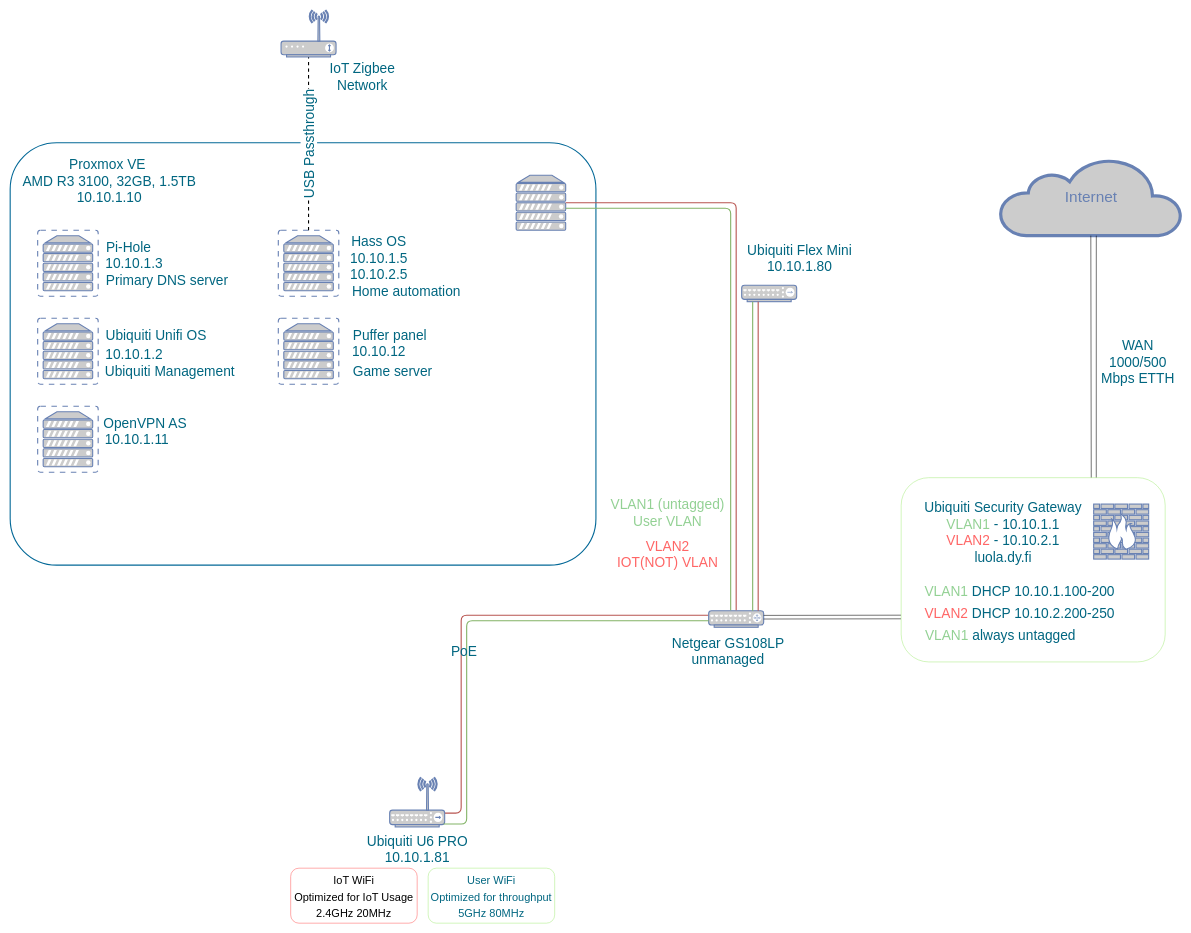
This is network.drawio from Vili-B/HomeLab, a draw.io file, before an edit. Source tidied: cells renumbered, new cells numbered last; positions are measured from the earlier drawing's top-left corner, leaving out a move shared by most shapes. Both pictures are drawn from the tidied source at 55%, with x=0, y=0 at pixel (10, 10).
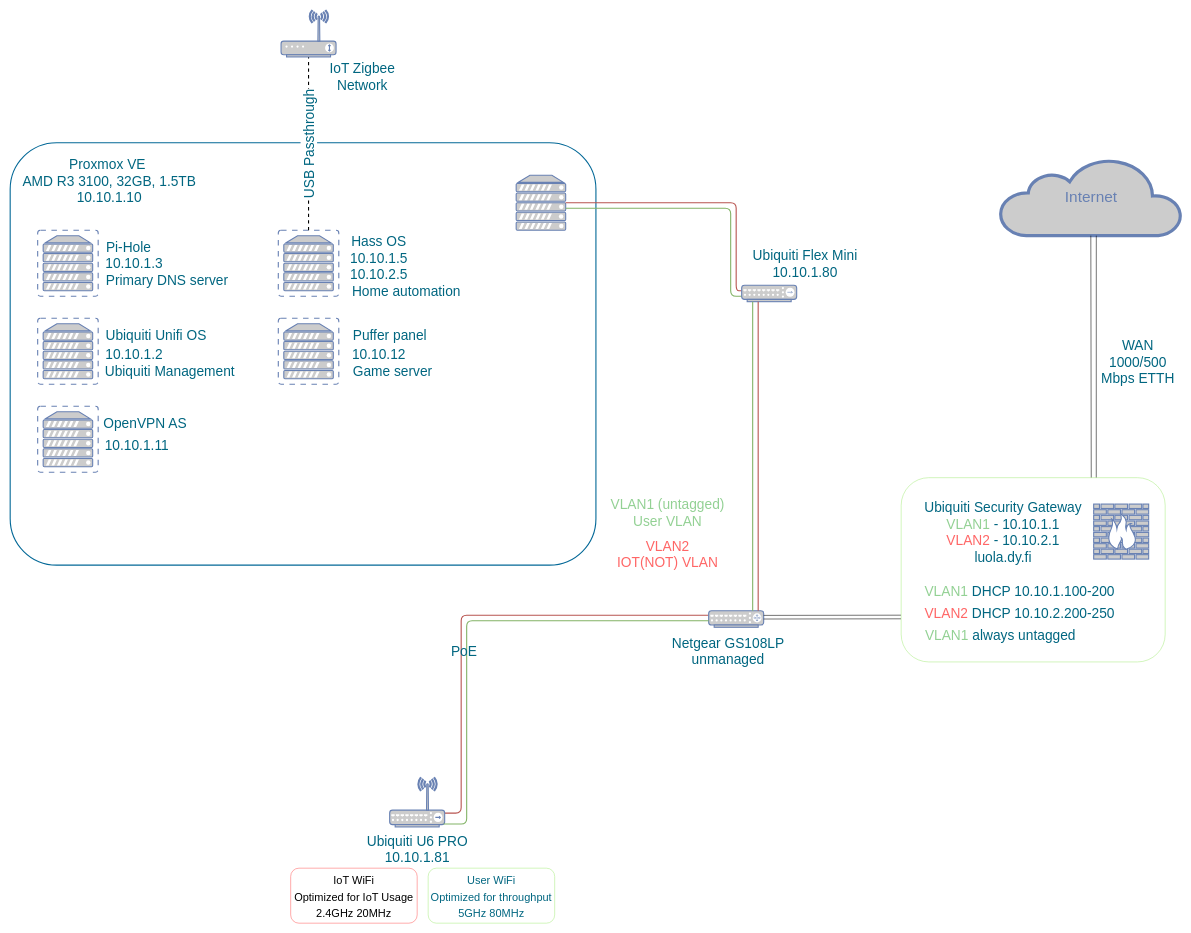
Above is the later version.

The change refers to these unchanged cells:
```xml
<mxCell id="4" style="fontColor=#0066CC;verticalAlign=top;verticalLabelPosition=bottom;labelPosition=center;align=center;html=1;fillColor=#CCCCCC;strokeColor=#6881B3;gradientColor=none;gradientDirection=north;strokeWidth=2;shape=mxgraph.networks.router;rounded=0;shadow=0;comic=0;" parent="1" vertex="1">
  <mxGeometry x="1270" y="1092" width="100" height="30" as="geometry" />
</mxCell>
<mxCell id="11" style="fontColor=#0066CC;verticalAlign=top;verticalLabelPosition=bottom;labelPosition=center;align=center;html=1;outlineConnect=0;fillColor=#CCCCCC;strokeColor=#6881B3;gradientColor=none;gradientDirection=north;strokeWidth=2;shape=mxgraph.networks.server;fontSize=25;" parent="1" vertex="1">
  <mxGeometry x="920" y="300" width="90" height="100" as="geometry" />
</mxCell>
<mxCell id="26" style="fontColor=#0066CC;verticalAlign=top;verticalLabelPosition=bottom;labelPosition=center;align=center;html=1;outlineConnect=0;fillColor=#CCCCCC;strokeColor=#6881B3;gradientColor=none;gradientDirection=north;strokeWidth=2;shape=mxgraph.networks.hub;fontSize=25;" parent="1" vertex="1">
  <mxGeometry x="1330" y="500" width="100" height="30" as="geometry" />
</mxCell>
```

Change to the diagram source:
```diff
@@
-    <mxCell id="12" style="edgeStyle=orthogonalEdgeStyle;html=1;labelBackgroundColor=none;endArrow=none;endFill=0;strokeWidth=2;fontFamily=Verdana;fontSize=15;fontColor=#036897;fillColor=#f8cecc;strokeColor=#b85450;entryX=0.5;entryY=-0.029;entryDx=0;entryDy=0;entryPerimeter=0;" parent="1" edge="1" source="11" target="4">
+    <mxCell id="12" style="edgeStyle=orthogonalEdgeStyle;html=1;labelBackgroundColor=none;endArrow=none;endFill=0;strokeWidth=2;fontFamily=Verdana;fontSize=15;fontColor=#036897;fillColor=#f8cecc;strokeColor=#b85450;" parent="1" edge="1" source="11" target="26">
       <mxGeometry relative="1" as="geometry">
         <Array as="points">
           <mxPoint x="1320" y="350" />
+          <mxPoint x="1320" y="510" />
         </Array>
       </mxGeometry>
     </mxCell>
-    <mxCell id="13" style="edgeStyle=orthogonalEdgeStyle;html=1;labelBackgroundColor=none;endArrow=none;endFill=0;strokeWidth=2;fontFamily=Verdana;fontSize=15;fontColor=#036897;fillColor=#d5e8d4;strokeColor=#82b366;entryX=0.4;entryY=-0.026;entryDx=0;entryDy=0;entryPerimeter=0;" parent="1" edge="1" source="11" target="4">
+    <mxCell id="13" style="edgeStyle=orthogonalEdgeStyle;html=1;labelBackgroundColor=none;endArrow=none;endFill=0;strokeWidth=2;fontFamily=Verdana;fontSize=15;fontColor=#036897;fillColor=#d5e8d4;strokeColor=#82b366;" parent="1" edge="1" source="11">
       <mxGeometry relative="1" as="geometry">
+        <mxPoint x="1330" y="520" as="targetPoint" />
         <Array as="points">
           <mxPoint x="1310" y="360" />
         </Array>
       </mxGeometry>
     </mxCell>
@@
     <mxCell id="29" value="Ubiquiti Flex Mini&lt;br&gt;10.10.1.80" style="text;html=1;align=center;verticalAlign=middle;strokeColor=none;fillColor=none;fontSize=25;fontColor=#006680;" parent="1" vertex="1">
-      <mxGeometry x="1330" y="415" width="210" height="70" as="geometry" />
+      <mxGeometry x="1340" y="425" width="210" height="70" as="geometry" />
     </mxCell>
@@
     <mxCell id="43" value="10.10.1.11" style="text;html=1;align=center;verticalAlign=middle;strokeColor=none;fillColor=none;fontSize=25;fontColor=#006680;" parent="1" vertex="1">
-      <mxGeometry x="160" y="760" width="140" height="40" as="geometry" />
+      <mxGeometry x="160" y="770" width="140" height="40" as="geometry" />
     </mxCell>
@@
     <mxCell id="45" value="10.10.12" style="text;html=1;align=center;verticalAlign=middle;strokeColor=none;fillColor=none;fontSize=25;fontColor=#006680;" parent="1" vertex="1">
-      <mxGeometry x="610" y="600" width="120" height="40" as="geometry" />
+      <mxGeometry x="610" y="605" width="120" height="40" as="geometry" />
     </mxCell>
```
